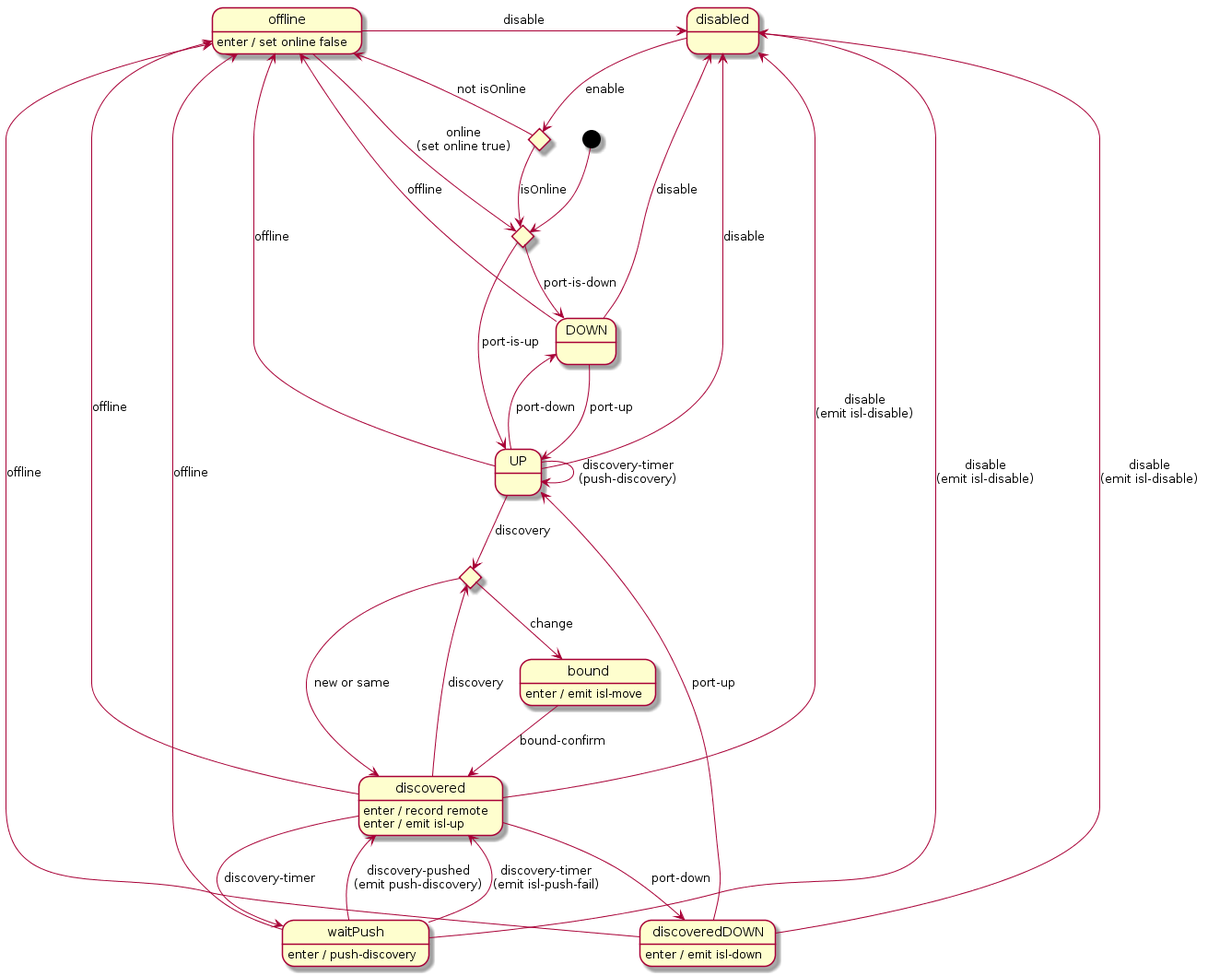
Above: docs/design/network-discovery/port-FSM.png in telstra/open-kilda (PlantUML), before the change. Its diagram source:
```plantuml
@startuml
state init <<choice>>
state enableCheck <<choice>>
state movedCheck <<choice>>

[*] --> init
init --> DOWN : port-is-down
init --> UP : port-is-up

UP --> DOWN : port-down
UP --> offline : offline
UP --> UP : discovery-timer\n(push-discovery)
UP --> disabled : disable
UP --> movedCheck : discovery

DOWN --> UP : port-up
DOWN --> offline : offline
DOWN --> disabled : disable

offline : enter / set online false
offline --> init : online\n(set online true)
offline -r-> disabled : disable

disabled --> enableCheck : enable

enableCheck --> offline : not isOnline
enableCheck --> init : isOnline

movedCheck --> discovered : new or same
movedCheck --> bound : change

discovered : enter / record remote
discovered : enter / emit isl-up
discovered --> disabled : disable\n(emit isl-disable)
discovered --> discoveredDOWN : port-down
discovered --> offline : offline
discovered --> movedCheck : discovery
discovered --> waitPush : discovery-timer

discoveredDOWN : enter / emit isl-down
discoveredDOWN --> disabled : disable\n(emit isl-disable)
discoveredDOWN --> offline : offline
discoveredDOWN --> UP : port-up

bound : enter / emit isl-move
bound --> discovered : bound-confirm

waitPush : enter / push-discovery
waitPush --> discovered : discovery-pushed\n(emit push-discovery)
waitPush --> discovered : discovery-timer\n(emit isl-push-fail)
waitPush --> offline : offline
waitPush --> disabled : disable\n(emit isl-disable)

@enduml
```
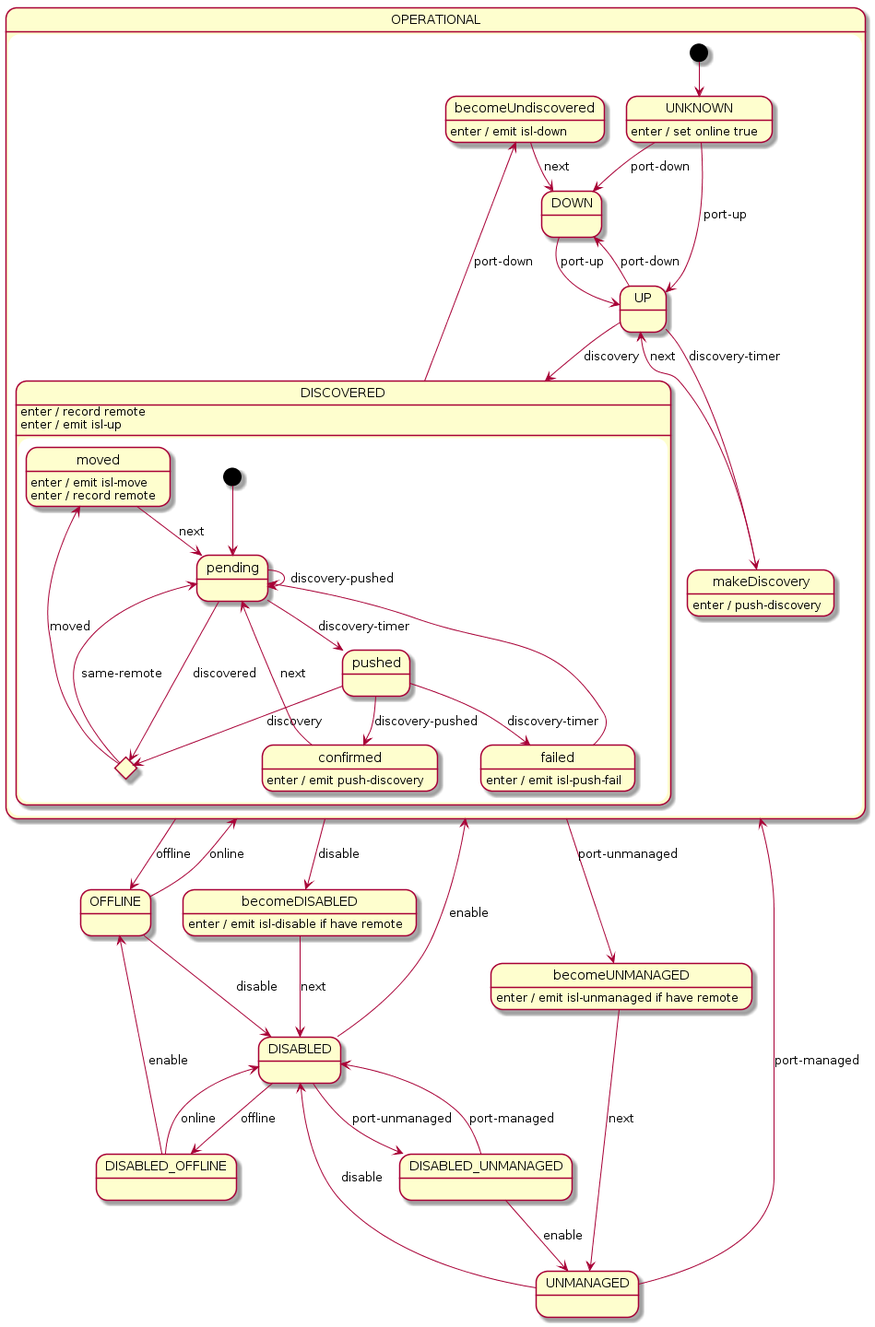
After the commit.

Change to the diagram source:
```diff
@@ -1,54 +1,78 @@
 @startuml
-state init <<choice>>
-state enableCheck <<choice>>
-state movedCheck <<choice>>
+state OPERATIONAL {
+    [*] --> UNKNOWN
 
-[*] --> init
-init --> DOWN : port-is-down
-init --> UP : port-is-up
+    UNKNOWN : enter / set online true
+    UNKNOWN --> DOWN : port-down
+    UNKNOWN --> UP : port-up
 
-UP --> DOWN : port-down
-UP --> offline : offline
-UP --> UP : discovery-timer\n(push-discovery)
-UP --> disabled : disable
-UP --> movedCheck : discovery
+    UP --> DOWN : port-down
+    UP --> makeDiscovery : discovery-timer
+    UP --> DISCOVERED : discovery
 
-DOWN --> UP : port-up
-DOWN --> offline : offline
-DOWN --> disabled : disable
+    makeDiscovery : enter / push-discovery
+    makeDiscovery --> UP : next
 
-offline : enter / set online false
-offline --> init : online\n(set online true)
-offline -r-> disabled : disable
+    DOWN --> UP : port-up
 
-disabled --> enableCheck : enable
+    state DISCOVERED {
+        DISCOVERED : enter / record remote
+        DISCOVERED : enter / emit isl-up
 
-enableCheck --> offline : not isOnline
-enableCheck --> init : isOnline
+        state checkMoved <<choice>>
 
-movedCheck --> discovered : new or same
-movedCheck --> bound : change
+        [*] --> pending
+        pending --> pushed : discovery-timer
+        pending -d-> checkMoved : discovered
+        pending --> pending : discovery-pushed
 
-discovered : enter / record remote
-discovered : enter / emit isl-up
-discovered --> disabled : disable\n(emit isl-disable)
-discovered --> discoveredDOWN : port-down
-discovered --> offline : offline
-discovered --> movedCheck : discovery
-discovered --> waitPush : discovery-timer
+        pushed --> confirmed : discovery-pushed
+        pushed --> failed : discovery-timer
+        pushed -d-> checkMoved : discovery
 
-discoveredDOWN : enter / emit isl-down
-discoveredDOWN --> disabled : disable\n(emit isl-disable)
-discoveredDOWN --> offline : offline
-discoveredDOWN --> UP : port-up
+        confirmed : enter / emit push-discovery
+        confirmed --> pending : next
 
-bound : enter / emit isl-move
-bound --> discovered : bound-confirm
+        failed : enter / emit isl-push-fail
+        failed --> pending
 
-waitPush : enter / push-discovery
-waitPush --> discovered : discovery-pushed\n(emit push-discovery)
-waitPush --> discovered : discovery-timer\n(emit isl-push-fail)
-waitPush --> offline : offline
-waitPush --> disabled : disable\n(emit isl-disable)
+        checkMoved -u-> pending : same-remote
+        checkMoved -u-> moved : moved
+
+        moved : enter / emit isl-move
+        moved : enter / record remote
+        moved --> pending : next
+    }
+    DISCOVERED -u-> becomeUndiscovered : port-down
+
+    becomeUndiscovered : enter / emit isl-down
+    becomeUndiscovered --> DOWN : next
+}
+
+OPERATIONAL --> OFFLINE : offline
+OPERATIONAL --> becomeDISABLED : disable
+OPERATIONAL --> becomeUNMANAGED : port-unmanaged
+
+becomeDISABLED : enter / emit isl-disable if have remote
+becomeDISABLED --> DISABLED : next
+
+becomeUNMANAGED : enter / emit isl-unmanaged if have remote
+becomeUNMANAGED --> UNMANAGED : next
+
+DISABLED --> OPERATIONAL : enable
+DISABLED --> DISABLED_OFFLINE : offline
+DISABLED --> DISABLED_UNMANAGED : port-unmanaged
+
+UNMANAGED --> OPERATIONAL : port-managed
+UNMANAGED --> DISABLED : disable
+
+OFFLINE -u-> OPERATIONAL : online
+OFFLINE --> DISABLED : disable
+
+DISABLED_OFFLINE --> DISABLED : online
+DISABLED_OFFLINE --> OFFLINE : enable
+
+DISABLED_UNMANAGED --> DISABLED : port-managed
+DISABLED_UNMANAGED --> UNMANAGED : enable
 
 @enduml
```
